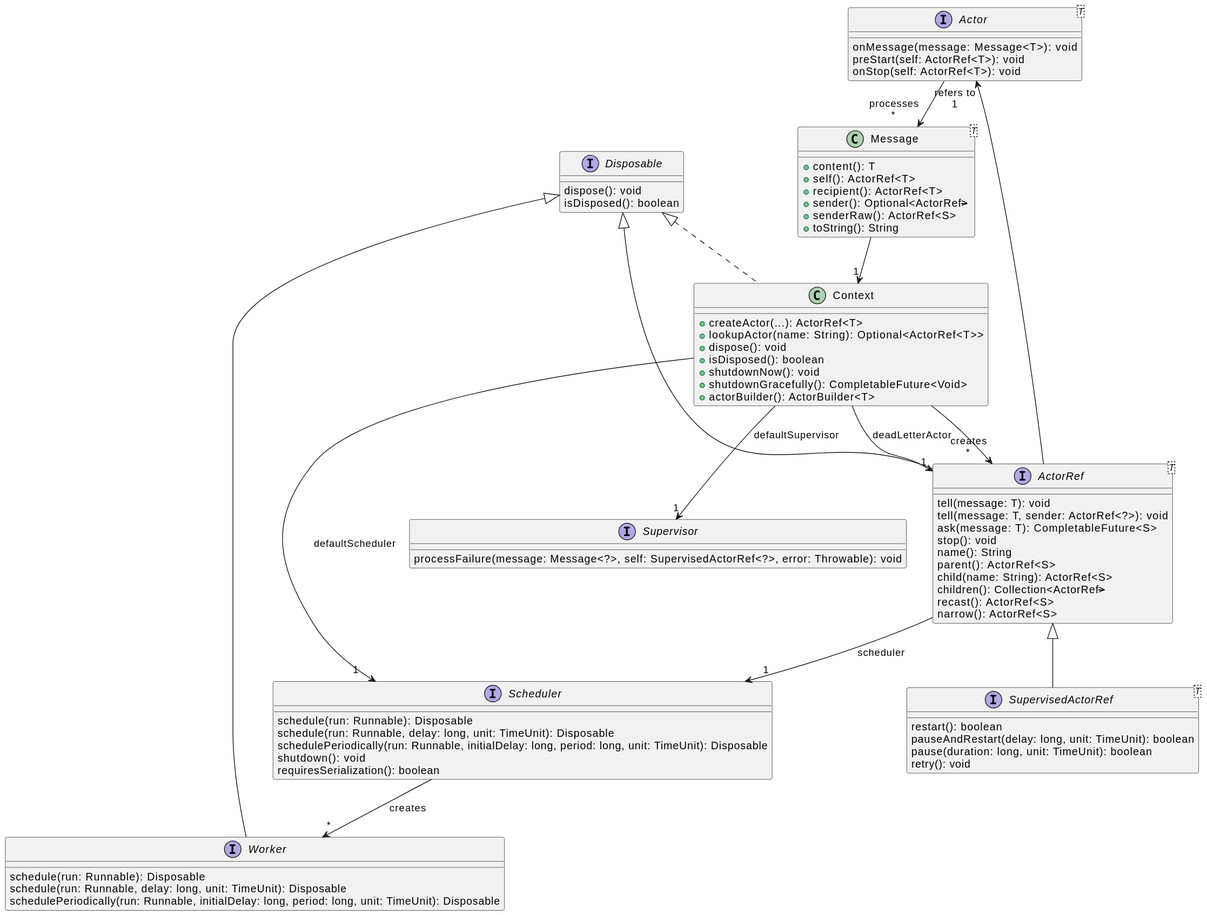
Before: src/docs/class-diagram.svg, a diagram exported from PlantUML (davidmoten/reels).
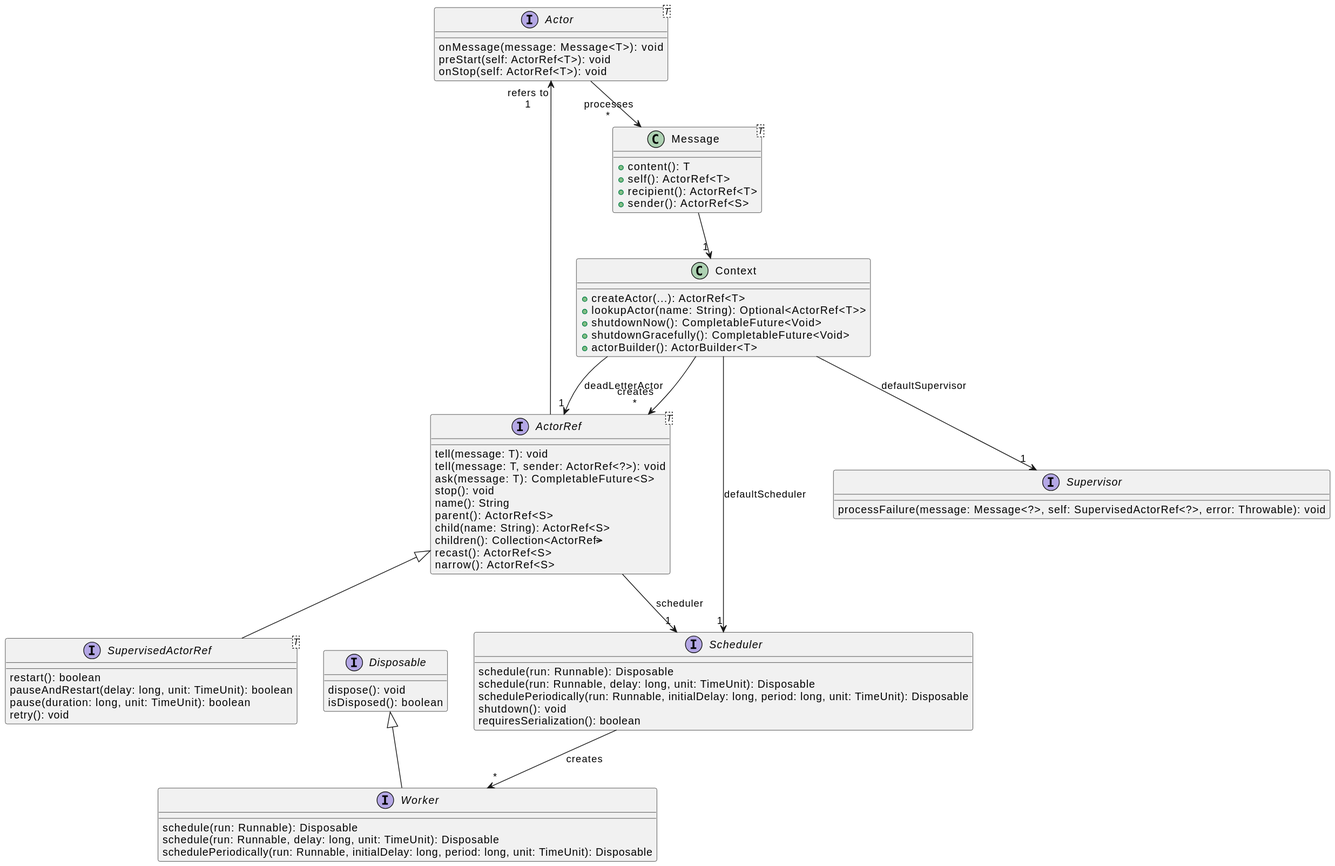
Above is the later version.

Change to the diagram source:
```diff
@@ -18,20 +18,16 @@
 }
 Context --> "creates\n*" ActorRef_T_
 ActorRef_T_ --> "1" Scheduler : scheduler
-Disposable <|-- ActorRef_T_
 class Context [[java:com.github.davidmoten.reels.Context]] {
     +createActor(...): ActorRef<T>
     +lookupActor(name: String): Optional<ActorRef<T>>
-    +dispose(): void
-    +isDisposed(): boolean
-    +shutdownNow(): void
+    +shutdownNow(): CompletableFuture<Void>
     +shutdownGracefully(): CompletableFuture<Void>
     +actorBuilder(): ActorBuilder<T>
 }
 Context --> "1" Supervisor : defaultSupervisor
 Context --> "1" Scheduler : defaultScheduler
 Context --> "1" ActorRef_T_ : deadLetterActor
-Disposable <|.. Context
 
 interface Disposable [[java:com.github.davidmoten.reels.Disposable]] {
     dispose(): void
@@ -41,9 +37,7 @@
     +content(): T
     +self(): ActorRef<T>
     +recipient(): ActorRef<T>
-    +sender(): Optional<ActorRef<S>>
-    +senderRaw(): ActorRef<S>
-    +toString(): String
+    +sender(): ActorRef<S>
 }
 Message_T_ --> "1" Context
 interface Scheduler [[java:com.github.davidmoten.reels.Scheduler]] {
@@ -53,6 +47,7 @@
     shutdown(): void
     requiresSerialization(): boolean
 }
+
 Scheduler --> "*" Worker : creates
 
 interface "SupervisedActorRef<T>" as SupervisedActorRef_T_ [[java:com.github.davidmoten.reels.SupervisedActorRef]] {
```
